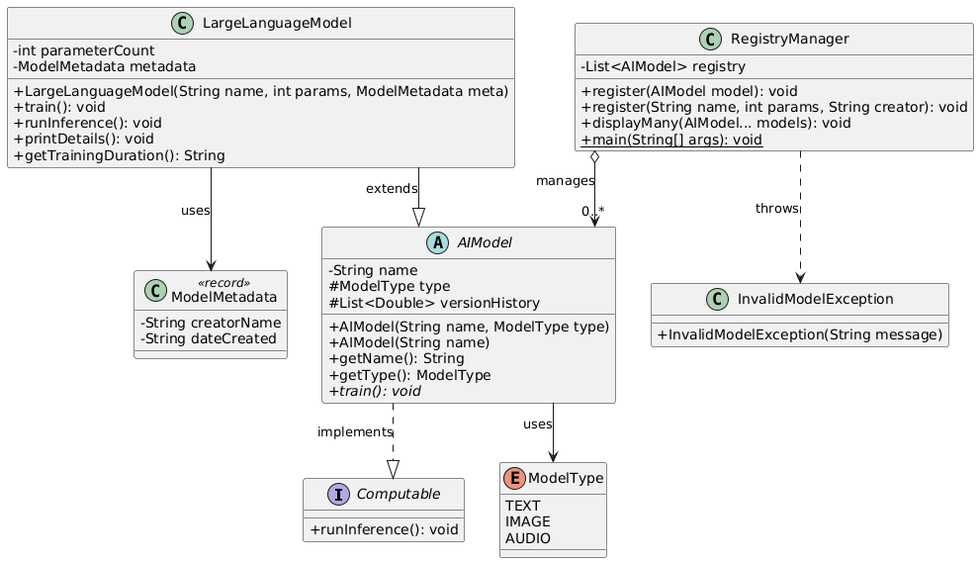
This is src/registry/UML-Diagram.png from adarsh6980/AI-Model-Registry-Using-JAVA, a PlantUML export, as it was before one commit.
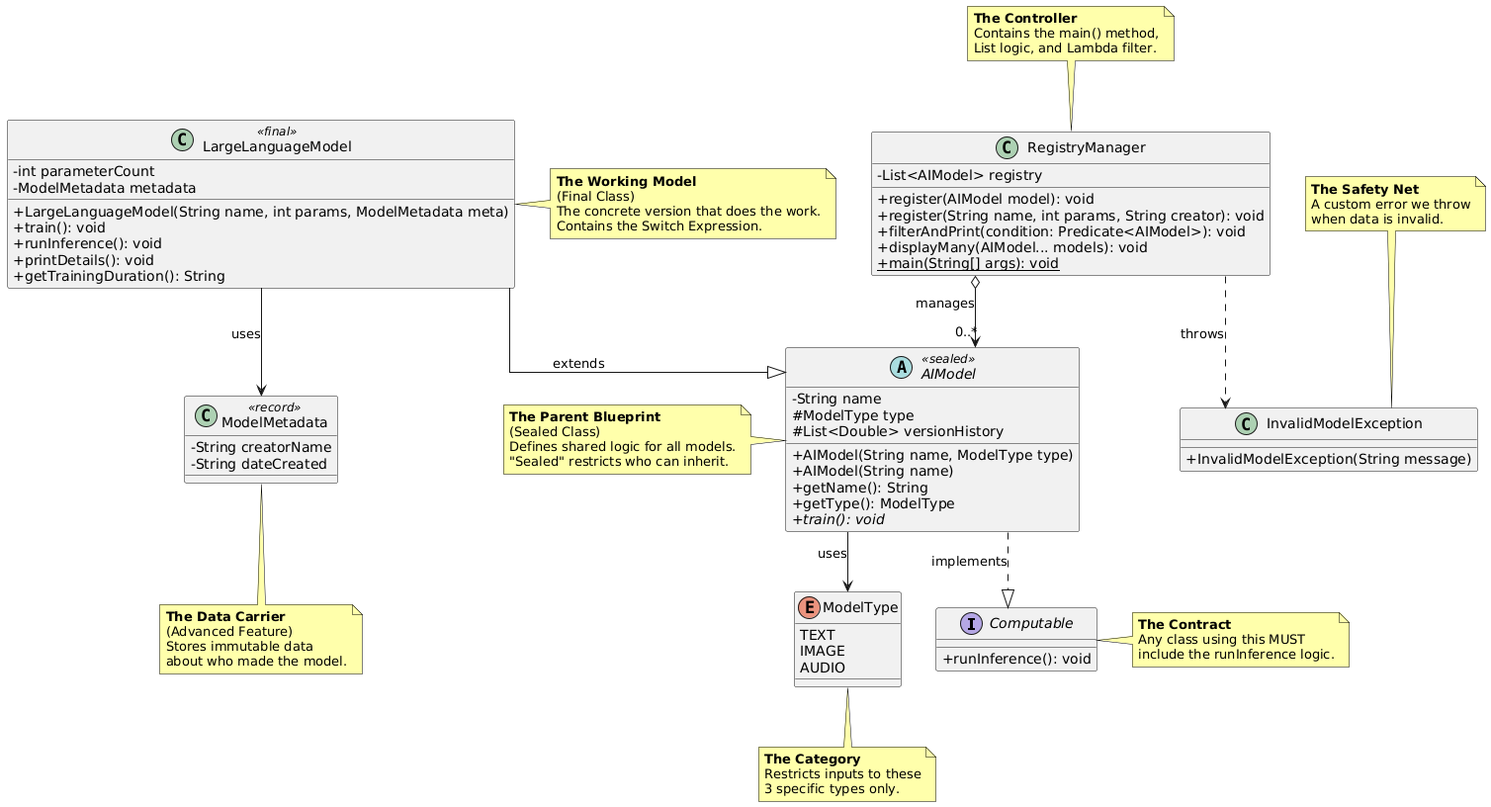
After the change.

Commit message:
Updated The UML - Diagram

Diff of the diagram source:
```diff
@@ -1,27 +1,50 @@
 @startuml
 skinparam classAttributeIconSize 0
 skinparam linetype ortho
+skinparam noteBackgroundColor #FFFFAA
+skinparam noteBorderColor #000000
 
 interface Computable {
     + runInference(): void
 }
+note right of Computable
+  <b>The Contract</b>
+  Any class using this MUST
+  include the runInference logic.
+end note
 
 enum ModelType {
     TEXT
     IMAGE
     AUDIO
 }
+note bottom of ModelType
+  <b>The Category</b>
+  Restricts inputs to these
+  3 specific types only.
+end note
 
 class ModelMetadata <<record>> {
     - String creatorName
     - String dateCreated
 }
+note bottom of ModelMetadata
+  <b>The Data Carrier</b>
+  (Advanced Feature)
+  Stores immutable data
+  about who made the model.
+end note
 
 class InvalidModelException {
     + InvalidModelException(String message)
 }
+note top of InvalidModelException
+  <b>The Safety Net</b>
+  A custom error we throw
+  when data is invalid.
+end note
 
-abstract class AIModel {
+abstract class AIModel <<sealed>> {
     - String name
     # ModelType type
     # List<Double> versionHistory
@@ -32,8 +55,14 @@
     + getType(): ModelType
     + {abstract} train(): void
 }
+note left of AIModel
+  <b>The Parent Blueprint</b>
+  (Sealed Class)
+  Defines shared logic for all models.
+  "Sealed" restricts who can inherit.
+end note
 
-class LargeLanguageModel {
+class LargeLanguageModel <<final>> {
     - int parameterCount
     - ModelMetadata metadata
 
@@ -43,15 +72,27 @@
     + printDetails(): void
     + getTrainingDuration(): String
 }
+note right of LargeLanguageModel
+  <b>The Working Model</b>
+  (Final Class)
+  The concrete version that does the work.
+  Contains the Switch Expression.
+end note
 
 class RegistryManager {
     - List<AIModel> registry
 
     + register(AIModel model): void
     + register(String name, int params, String creator): void
+    + filterAndPrint(condition: Predicate<AIModel>): void
     + displayMany(AIModel... models): void
     + {static} main(String[] args): void
 }
+note top of RegistryManager
+  <b>The Controller</b>
+  Contains the main() method,
+  List logic, and Lambda filter.
+end note
 
 AIModel ..|> Computable : implements
 LargeLanguageModel --|> AIModel : extends
```
